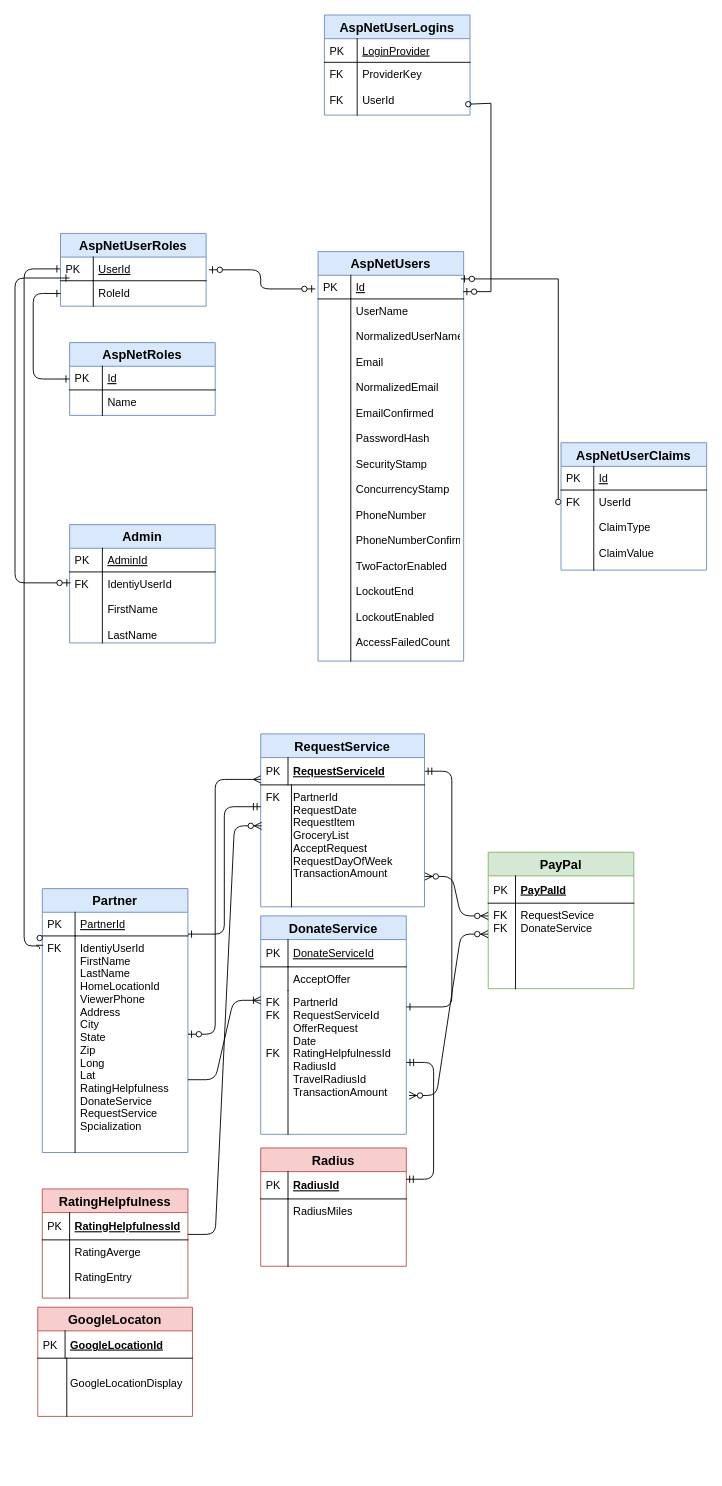
Above: CommunityPartners-ER-Diagram.drawio in lybargerp2000/Community_Partners (draw.io), before the change. Source tidied: cells renumbered, new cells numbered last; positions are measured from the earlier drawing's top-left corner, leaving out a move shared by most shapes. Both pictures are drawn from the tidied source at 91%, with x=0, y=0 at pixel (15, 15).
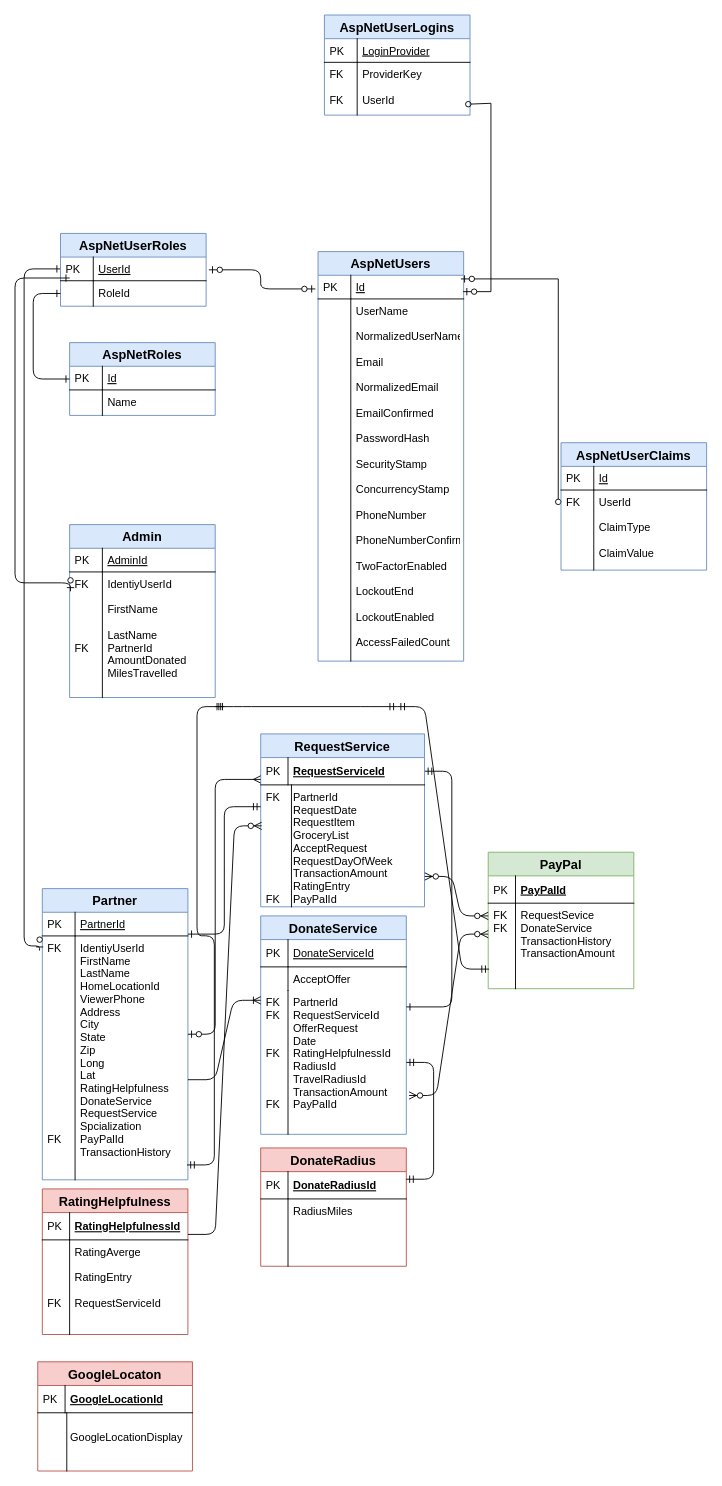
The same diagram, later.

Unchanged cells that the change refers to:
```xml
<mxCell id="7" value="DonateService" style="swimlane;fontStyle=1;horizontal=1;startSize=26;align=center;fontSize=14;fillColor=#dae8fc;strokeColor=#6c8ebf;" parent="1" vertex="1">
  <mxGeometry x="270" y="990" width="160" height="240" as="geometry" />
</mxCell>
<mxCell id="15" value="RequestService" style="swimlane;fontStyle=1;horizontal=1;startSize=26;align=center;fontSize=14;fillColor=#dae8fc;strokeColor=#6c8ebf;" parent="1" vertex="1">
  <mxGeometry x="270" y="790" width="180" height="190" as="geometry" />
</mxCell>
<mxCell id="21" value="PayPal" style="swimlane;fontStyle=1;horizontal=1;startSize=26;align=center;fontSize=14;fillColor=#d5e8d4;strokeColor=#82b366;" parent="1" vertex="1">
  <mxGeometry x="520" y="920" width="160" height="150" as="geometry" />
</mxCell>
```

Change to the diagram source:
```diff
@@
     <mxCell id="2" value="Partner" style="swimlane;fontStyle=1;horizontal=1;startSize=26;rounded=0;shadow=0;strokeWidth=1;fontSize=14;fillColor=#dae8fc;strokeColor=#6c8ebf;" parent="1" vertex="1">
-      <mxGeometry x="30" y="960" width="160" height="290" as="geometry" />
+      <mxGeometry x="30" y="960" width="160" height="320" as="geometry" />
     </mxCell>
@@
-    <mxCell id="5" value="IdentiyUserId&#10;FirstName&#10;LastName&#10;HomeLocationId&#10;ViewerPhone&#10;Address&#10;City&#10;State&#10;Zip&#10;Long&#10;Lat&#10;RatingHelpfulness&#10;DonateService&#10;RequestService&#10;Spcialization" style="shape=partialRectangle;top=0;left=0;right=0;bottom=0;align=left;verticalAlign=top;fillColor=none;spacingLeft=40;spacingRight=4;overflow=hidden;points=[[0,0.5],[1,0.5]];portConstraint=eastwest;rounded=0;shadow=0;strokeWidth=1;" parent="2" vertex="1">
-      <mxGeometry y="52" width="160" height="238" as="geometry" />
+    <mxCell id="5" value="IdentiyUserId&#10;FirstName&#10;LastName&#10;HomeLocationId&#10;ViewerPhone&#10;Address&#10;City&#10;State&#10;Zip&#10;Long&#10;Lat&#10;RatingHelpfulness&#10;DonateService&#10;RequestService&#10;Spcialization&#10;PayPalId&#10;TransactionHistory" style="shape=partialRectangle;top=0;left=0;right=0;bottom=0;align=left;verticalAlign=top;fillColor=none;spacingLeft=40;spacingRight=4;overflow=hidden;points=[[0,0.5],[1,0.5]];portConstraint=eastwest;rounded=0;shadow=0;strokeWidth=1;" parent="2" vertex="1">
+      <mxGeometry y="52" width="160" height="268" as="geometry" />
     </mxCell>
-    <mxCell id="6" value="FK&#10;" style="shape=partialRectangle;top=0;left=0;bottom=0;fillColor=none;align=left;verticalAlign=top;spacingLeft=4;spacingRight=4;overflow=hidden;" parent="5" vertex="1">
-      <mxGeometry width="36" height="238" as="geometry" />
+    <mxCell id="6" value="FK&#10;&#10;&#10;&#10;&#10;&#10;&#10;&#10;&#10;&#10;&#10;&#10;&#10;&#10;&#10;FK&#10;&#10;" style="shape=partialRectangle;top=0;left=0;bottom=0;fillColor=none;align=left;verticalAlign=top;spacingLeft=4;spacingRight=4;overflow=hidden;" parent="5" vertex="1">
+      <mxGeometry width="36" height="268" as="geometry" />
     </mxCell>
@@
-    <mxCell id="12" value="PartnerId&#10;RequestServiceId&#10;OfferRequest&#10;Date&#10;RatingHelpfulnessId&#10;RadiusId&#10;TravelRadiusId&#10;TransactionAmount&#10;" style="shape=partialRectangle;top=0;left=0;right=0;bottom=0;align=left;verticalAlign=top;fillColor=none;spacingLeft=34;spacingRight=4;overflow=hidden;points=[[0,0.5],[1,0.5]];portConstraint=eastwest;fontSize=12;" parent="7" vertex="1">
+    <mxCell id="12" value="PartnerId&#10;RequestServiceId&#10;OfferRequest&#10;Date&#10;RatingHelpfulnessId&#10;RadiusId&#10;TravelRadiusId&#10;TransactionAmount&#10;PayPalId&#10;" style="shape=partialRectangle;top=0;left=0;right=0;bottom=0;align=left;verticalAlign=top;fillColor=none;spacingLeft=34;spacingRight=4;overflow=hidden;points=[[0,0.5],[1,0.5]];portConstraint=eastwest;fontSize=12;" parent="7" vertex="1">
       <mxGeometry y="82" width="160" height="158" as="geometry" />
     </mxCell>
-    <mxCell id="13" value="FK&#10;FK&#10;&#10;&#10;FK&#10;&#10;&#10;&#10;&#10;&#10;&#10;&#10;&#10;&#10;" style="shape=partialRectangle;top=0;left=0;bottom=0;fillColor=none;align=left;verticalAlign=top;spacingLeft=4;spacingRight=4;overflow=hidden;fontSize=12;" parent="12" vertex="1">
+    <mxCell id="13" value="FK&#10;FK&#10;&#10;&#10;FK&#10;&#10;&#10;&#10;FK&#10;&#10;&#10;&#10;&#10;&#10;&#10;" style="shape=partialRectangle;top=0;left=0;bottom=0;fillColor=none;align=left;verticalAlign=top;spacingLeft=4;spacingRight=4;overflow=hidden;fontSize=12;" parent="12" vertex="1">
       <mxGeometry width="30" height="158" as="geometry" />
     </mxCell>
@@
+    <mxCell id="85" style="edgeStyle=entityRelationEdgeStyle;fontSize=12;html=1;endArrow=ERmandOne;startArrow=ERmandOne;" parent="15" edge="1">
+      <mxGeometry relative="1" as="geometry">
+        <mxPoint x="-50" y="-30" as="sourcePoint" />
+        <mxPoint x="150" y="-30" as="targetPoint" />
+      </mxGeometry>
+    </mxCell>
@@
-    <mxCell id="18" value="PartnerId&#10;RequestDate&#10;RequestItem&#10;GroceryList&#10;AcceptRequest&#10;RequestDayOfWeek&#10;TransactionAmount&#10;" style="shape=partialRectangle;top=0;left=0;right=0;bottom=0;align=left;verticalAlign=top;fillColor=none;spacingLeft=34;spacingRight=4;overflow=hidden;points=[[0,0.5],[1,0.5]];portConstraint=eastwest;fontSize=12;" parent="15" vertex="1">
+    <mxCell id="18" value="PartnerId&#10;RequestDate&#10;RequestItem&#10;GroceryList&#10;AcceptRequest&#10;RequestDayOfWeek&#10;TransactionAmount&#10;RatingEntry&#10;PayPalId&#10;" style="shape=partialRectangle;top=0;left=0;right=0;bottom=0;align=left;verticalAlign=top;fillColor=none;spacingLeft=34;spacingRight=4;overflow=hidden;points=[[0,0.5],[1,0.5]];portConstraint=eastwest;fontSize=12;" parent="15" vertex="1">
       <mxGeometry y="56" width="180" height="134" as="geometry" />
     </mxCell>
-    <mxCell id="19" value="FK&#10;&#10;&#10;&#10;" style="shape=partialRectangle;top=0;left=0;bottom=0;fillColor=none;align=left;verticalAlign=top;spacingLeft=4;spacingRight=4;overflow=hidden;fontSize=12;" parent="18" vertex="1">
+    <mxCell id="19" value="FK&#10;&#10;&#10;&#10;&#10;&#10;&#10;&#10;FK&#10;&#10;&#10;&#10;" style="shape=partialRectangle;top=0;left=0;bottom=0;fillColor=none;align=left;verticalAlign=top;spacingLeft=4;spacingRight=4;overflow=hidden;fontSize=12;" parent="18" vertex="1">
       <mxGeometry width="33.8" height="134" as="geometry" />
     </mxCell>
@@
-    <mxCell id="24" value="RequestSevice&#10;DonateService&#10;" style="shape=partialRectangle;top=0;left=0;right=0;bottom=0;align=left;verticalAlign=top;fillColor=none;spacingLeft=34;spacingRight=4;overflow=hidden;points=[[0,0.5],[1,0.5]];portConstraint=eastwest;fontSize=12;" parent="21" vertex="1">
+    <mxCell id="24" value="RequestSevice&#10;DonateService&#10;TransactionHistory&#10;TransactionAmount" style="shape=partialRectangle;top=0;left=0;right=0;bottom=0;align=left;verticalAlign=top;fillColor=none;spacingLeft=34;spacingRight=4;overflow=hidden;points=[[0,0.5],[1,0.5]];portConstraint=eastwest;fontSize=12;" parent="21" vertex="1">
       <mxGeometry y="56" width="160" height="94" as="geometry" />
     </mxCell>
@@
     <mxCell id="57" value="Admin" style="swimlane;fontStyle=1;horizontal=1;startSize=26;rounded=0;shadow=0;strokeWidth=1;fontSize=14;fillColor=#dae8fc;strokeColor=#6c8ebf;" parent="1" vertex="1">
-      <mxGeometry x="60" y="560" width="160" height="130" as="geometry" />
+      <mxGeometry x="60" y="560" width="160" height="190" as="geometry" />
     </mxCell>
@@
-    <mxCell id="60" value="IdentiyUserId&#10;&#10;FirstName&#10;&#10;LastName" style="shape=partialRectangle;top=0;left=0;right=0;bottom=0;align=left;verticalAlign=top;fillColor=none;spacingLeft=40;spacingRight=4;overflow=hidden;points=[[0,0.5],[1,0.5]];portConstraint=eastwest;rounded=0;shadow=0;strokeWidth=1;" parent="57" vertex="1">
-      <mxGeometry y="52" width="160" height="78" as="geometry" />
+    <mxCell id="60" value="IdentiyUserId&#10;&#10;FirstName&#10;&#10;LastName&#10;PartnerId&#10;AmountDonated&#10;MilesTravelled" style="shape=partialRectangle;top=0;left=0;right=0;bottom=0;align=left;verticalAlign=top;fillColor=none;spacingLeft=40;spacingRight=4;overflow=hidden;points=[[0,0.5],[1,0.5]];portConstraint=eastwest;rounded=0;shadow=0;strokeWidth=1;" parent="57" vertex="1">
+      <mxGeometry y="52" width="160" height="138" as="geometry" />
     </mxCell>
-    <mxCell id="61" value="FK&#10;" style="shape=partialRectangle;top=0;left=0;bottom=0;fillColor=none;align=left;verticalAlign=top;spacingLeft=4;spacingRight=4;overflow=hidden;" parent="60" vertex="1">
-      <mxGeometry width="36" height="78" as="geometry" />
+    <mxCell id="61" value="FK&#10;&#10;&#10;&#10;&#10;FK&#10;" style="shape=partialRectangle;top=0;left=0;bottom=0;fillColor=none;align=left;verticalAlign=top;spacingLeft=4;spacingRight=4;overflow=hidden;" parent="60" vertex="1">
+      <mxGeometry width="36" height="138" as="geometry" />
     </mxCell>
@@
-    <mxCell id="63" value="Radius" style="swimlane;fontStyle=1;horizontal=1;startSize=26;align=center;fontSize=14;fillColor=#f8cecc;strokeColor=#b85450;" parent="1" vertex="1">
+    <mxCell id="63" value="DonateRadius" style="swimlane;fontStyle=1;horizontal=1;startSize=26;align=center;fontSize=14;fillColor=#f8cecc;strokeColor=#b85450;" parent="1" vertex="1">
       <mxGeometry x="270" y="1245" width="160" height="130" as="geometry" />
     </mxCell>
-    <mxCell id="64" value="RadiusId" style="shape=partialRectangle;top=0;left=0;right=0;bottom=1;align=left;verticalAlign=middle;fillColor=none;spacingLeft=34;spacingRight=4;overflow=hidden;points=[[0,0.5],[1,0.5]];portConstraint=eastwest;fontStyle=5;fontSize=12;" parent="63" vertex="1">
+    <mxCell id="64" value="DonateRadiusId" style="shape=partialRectangle;top=0;left=0;right=0;bottom=1;align=left;verticalAlign=middle;fillColor=none;spacingLeft=34;spacingRight=4;overflow=hidden;points=[[0,0.5],[1,0.5]];portConstraint=eastwest;fontStyle=5;fontSize=12;" parent="63" vertex="1">
       <mxGeometry y="26" width="160" height="30" as="geometry" />
     </mxCell>
@@
-    <mxCell id="68" value="GoogleLocaton" style="swimlane;fontStyle=1;horizontal=1;startSize=26;align=center;fontSize=14;fillColor=#f8cecc;strokeColor=#b85450;" parent="1" vertex="1">
-      <mxGeometry x="25" y="1420" width="170" height="120" as="geometry" />
-    </mxCell>
-    <mxCell id="69" value="GoogleLocationId" style="shape=partialRectangle;top=0;left=0;right=0;bottom=1;align=left;verticalAlign=middle;fillColor=none;spacingLeft=34;spacingRight=4;overflow=hidden;fontStyle=5;fontSize=12;" parent="68" vertex="1">
-      <mxGeometry y="26" width="170" height="30" as="geometry" />
-    </mxCell>
-    <mxCell id="70" value="PK" style="shape=partialRectangle;top=0;left=0;bottom=0;fillColor=none;align=left;verticalAlign=middle;spacingLeft=4;spacingRight=4;overflow=hidden;fontSize=12;" parent="69" vertex="1">
-      <mxGeometry width="30" height="30" as="geometry" />
-    </mxCell>
-    <mxCell id="71" style="shape=partialRectangle;top=0;left=0;right=0;bottom=0;align=left;verticalAlign=top;fillColor=none;spacingLeft=34;spacingRight=4;overflow=hidden;fontSize=12;" parent="68" vertex="1">
-      <mxGeometry y="56" width="170" as="geometry" />
-    </mxCell>
-    <mxCell id="72" style="shape=partialRectangle;top=0;left=0;bottom=0;fillColor=none;align=left;verticalAlign=top;spacingLeft=4;spacingRight=4;overflow=hidden;fontSize=12;" parent="71" vertex="1">
-      <mxGeometry width="30" as="geometry" />
-    </mxCell>
-    <mxCell id="73" value="&#10;GoogleLocationDisplay" style="shape=partialRectangle;top=0;left=0;right=0;bottom=0;align=left;verticalAlign=top;fillColor=none;spacingLeft=34;spacingRight=4;overflow=hidden;fontSize=12;" parent="68" vertex="1">
-      <mxGeometry y="56" width="170" height="64" as="geometry" />
-    </mxCell>
-    <mxCell id="74" style="shape=partialRectangle;top=0;left=0;bottom=0;fillColor=none;align=left;verticalAlign=top;spacingLeft=4;spacingRight=4;overflow=hidden;fontSize=12;" parent="73" vertex="1">
-      <mxGeometry width="31.9" height="64" as="geometry" />
-    </mxCell>
     <mxCell id="75" value="RatingHelpfulness" style="swimlane;fontStyle=1;horizontal=1;startSize=26;align=center;fontSize=14;fillColor=#f8cecc;strokeColor=#b85450;" parent="1" vertex="1">
-      <mxGeometry x="30" y="1290" width="160" height="120" as="geometry" />
+      <mxGeometry x="30" y="1290" width="160" height="160" as="geometry" />
     </mxCell>
@@
-    <mxCell id="78" value="RatingAverge&#10;&#10;RatingEntry" style="shape=partialRectangle;top=0;left=0;right=0;bottom=0;align=left;verticalAlign=top;fillColor=none;spacingLeft=34;spacingRight=4;overflow=hidden;fontSize=12;" parent="75" vertex="1">
-      <mxGeometry y="56" width="160" height="64" as="geometry" />
+    <mxCell id="78" value="RatingAverge&#10;&#10;RatingEntry&#10;&#10;RequestServiceId" style="shape=partialRectangle;top=0;left=0;right=0;bottom=0;align=left;verticalAlign=top;fillColor=none;spacingLeft=34;spacingRight=4;overflow=hidden;fontSize=12;" parent="75" vertex="1">
+      <mxGeometry y="56" width="160" height="104" as="geometry" />
     </mxCell>
-    <mxCell id="79" style="shape=partialRectangle;top=0;left=0;bottom=0;fillColor=none;align=left;verticalAlign=top;spacingLeft=4;spacingRight=4;overflow=hidden;fontSize=12;" parent="78" vertex="1">
-      <mxGeometry width="30" height="64" as="geometry" />
+    <mxCell id="79" value="&#10;&#10;&#10;&#10;FK" style="shape=partialRectangle;top=0;left=0;bottom=0;fillColor=none;align=left;verticalAlign=top;spacingLeft=4;spacingRight=4;overflow=hidden;fontSize=12;" parent="78" vertex="1">
+      <mxGeometry width="30" height="104" as="geometry" />
     </mxCell>
@@
+    <mxCell id="68" value="GoogleLocaton" style="swimlane;fontStyle=1;horizontal=1;startSize=26;align=center;fontSize=14;fillColor=#f8cecc;strokeColor=#b85450;" parent="1" vertex="1">
+      <mxGeometry x="25" y="1480" width="170" height="120" as="geometry" />
+    </mxCell>
+    <mxCell id="69" value="GoogleLocationId" style="shape=partialRectangle;top=0;left=0;right=0;bottom=1;align=left;verticalAlign=middle;fillColor=none;spacingLeft=34;spacingRight=4;overflow=hidden;fontStyle=5;fontSize=12;" parent="68" vertex="1">
+      <mxGeometry y="26" width="170" height="30" as="geometry" />
+    </mxCell>
+    <mxCell id="70" value="PK" style="shape=partialRectangle;top=0;left=0;bottom=0;fillColor=none;align=left;verticalAlign=middle;spacingLeft=4;spacingRight=4;overflow=hidden;fontSize=12;" parent="69" vertex="1">
+      <mxGeometry width="30" height="30" as="geometry" />
+    </mxCell>
+    <mxCell id="71" style="shape=partialRectangle;top=0;left=0;right=0;bottom=0;align=left;verticalAlign=top;fillColor=none;spacingLeft=34;spacingRight=4;overflow=hidden;fontSize=12;" parent="68" vertex="1">
+      <mxGeometry y="56" width="170" as="geometry" />
+    </mxCell>
+    <mxCell id="72" style="shape=partialRectangle;top=0;left=0;bottom=0;fillColor=none;align=left;verticalAlign=top;spacingLeft=4;spacingRight=4;overflow=hidden;fontSize=12;" parent="71" vertex="1">
+      <mxGeometry width="30" as="geometry" />
+    </mxCell>
+    <mxCell id="73" value="&#10;GoogleLocationDisplay" style="shape=partialRectangle;top=0;left=0;right=0;bottom=0;align=left;verticalAlign=top;fillColor=none;spacingLeft=34;spacingRight=4;overflow=hidden;fontSize=12;" parent="68" vertex="1">
+      <mxGeometry y="56" width="170" height="64" as="geometry" />
+    </mxCell>
+    <mxCell id="74" style="shape=partialRectangle;top=0;left=0;bottom=0;fillColor=none;align=left;verticalAlign=top;spacingLeft=4;spacingRight=4;overflow=hidden;fontSize=12;" parent="73" vertex="1">
+      <mxGeometry width="31.9" height="64" as="geometry" />
+    </mxCell>
+    <mxCell id="86" style="edgeStyle=entityRelationEdgeStyle;fontSize=12;html=1;endArrow=ERmandOne;startArrow=ERmandOne;entryX=0.006;entryY=0.771;entryDx=0;entryDy=0;entryPerimeter=0;" parent="1" edge="1" target="24">
+      <mxGeometry relative="1" as="geometry">
+        <mxPoint x="420" y="760" as="sourcePoint" />
+      </mxGeometry>
+    </mxCell>
+    <mxCell id="87" style="edgeStyle=entityRelationEdgeStyle;fontSize=12;html=1;endArrow=ERmandOne;startArrow=ERmandOne;exitX=0.994;exitY=0.939;exitDx=0;exitDy=0;exitPerimeter=0;" parent="1" edge="1" source="5">
+      <mxGeometry relative="1" as="geometry">
+        <mxPoint x="230" y="760" as="targetPoint" />
+      </mxGeometry>
+    </mxCell>
```
